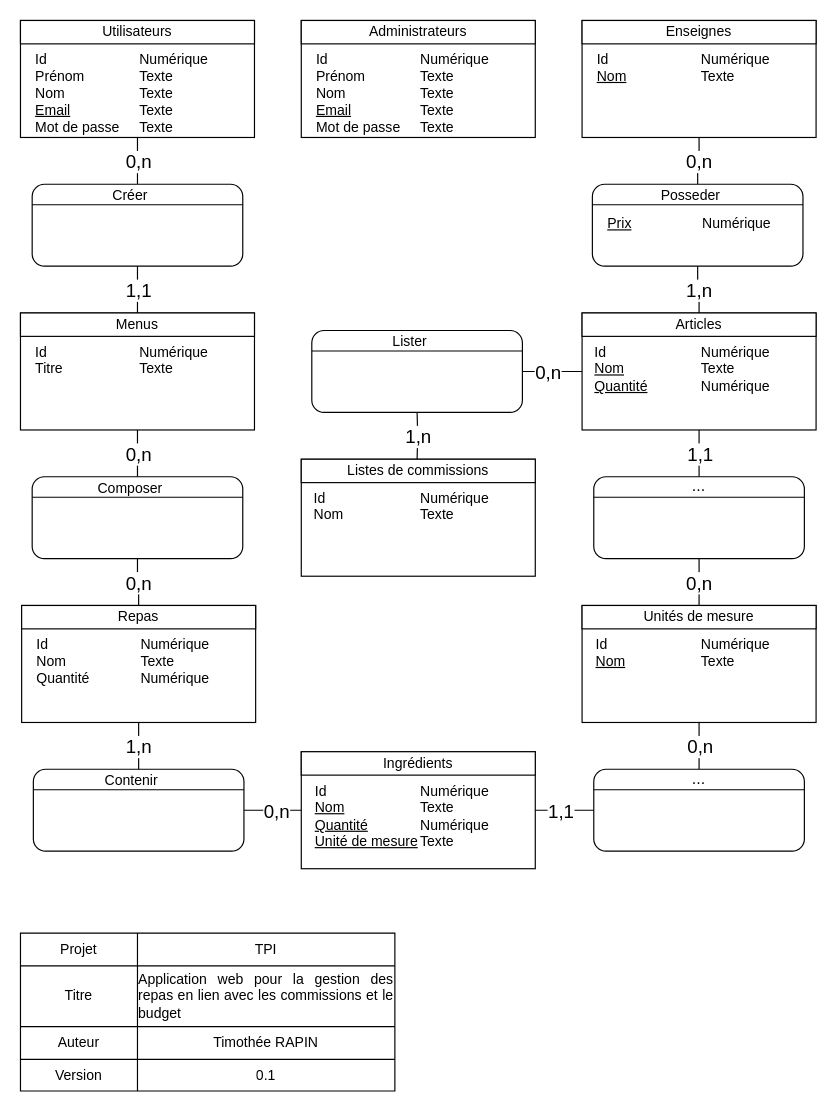
TimotheeRapin/WebAppGestionRepas keeps this draw.io diagram as Documentation/MCD-MLD/MCD.drawio. Above is the earlier version. Source tidied: cells renumbered, new cells numbered last; positions are measured from the earlier drawing's top-left corner, leaving out a move shared by most shapes. Both pictures are drawn from the tidied source at 117%, with x=0, y=0 at pixel (20, 20).
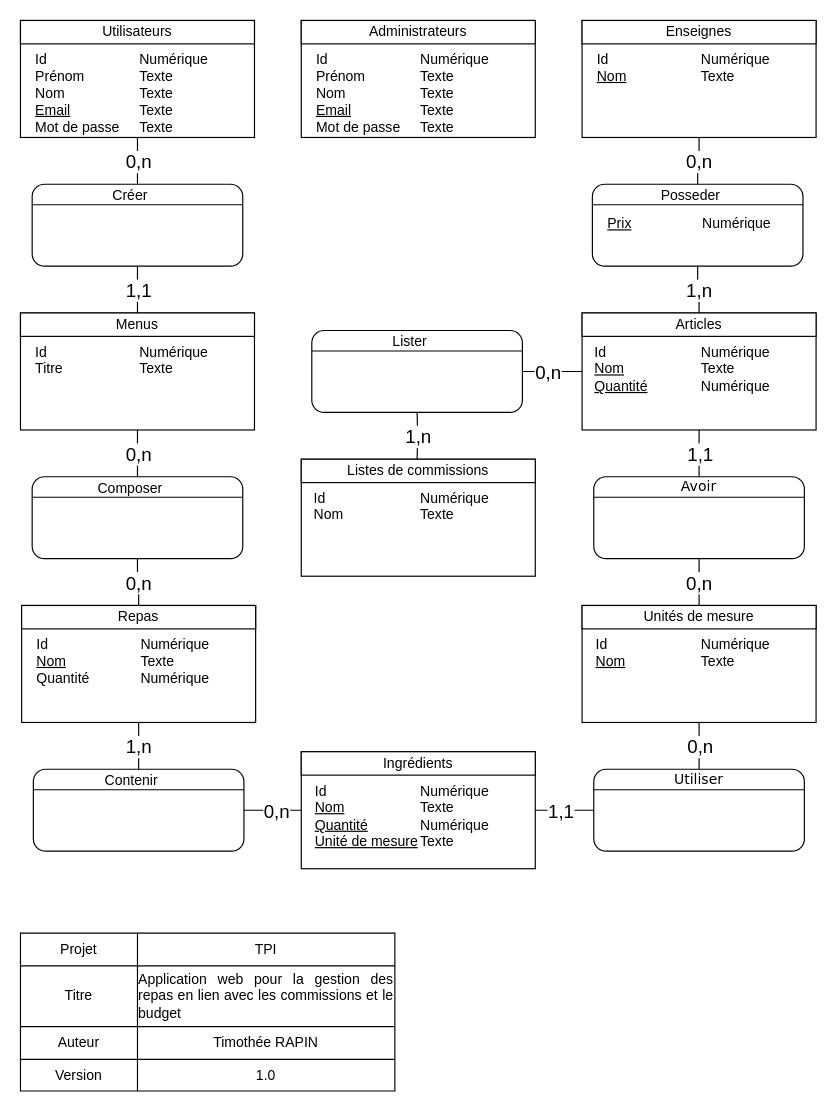
The same page after the edit.

Unchanged cells that the change refers to:
```xml
<mxCell id="12" style="shape=partialRectangle;html=1;whiteSpace=wrap;fillColor=none;top=0;left=0;bottom=0;right=0;" parent="2" vertex="1">
  <mxGeometry y="108" width="320" height="27" as="geometry" />
</mxCell>
```

What changed in the source:
```diff
@@
-    <mxCell id="14" value="0.1" style="shape=partialRectangle;html=1;whiteSpace=wrap;overflow=hidden;fillColor=none;top=0;left=0;bottom=0;right=0;" parent="12" vertex="1">
+    <mxCell id="14" value="1.0" style="shape=partialRectangle;html=1;whiteSpace=wrap;overflow=hidden;fillColor=none;top=0;left=0;bottom=0;right=0;" parent="12" vertex="1">
       <mxGeometry x="100" width="220" height="27" as="geometry" />
     </mxCell>
@@
-    <mxCell id="48" value="Id&lt;br style=&quot;border-color: var(--border-color);&quot;&gt;Nom&lt;br&gt;Quantité" style="text;html=1;strokeColor=none;fillColor=none;align=left;verticalAlign=top;whiteSpace=wrap;rounded=0;" parent="1" vertex="1">
+    <mxCell id="48" value="Id&lt;br style=&quot;border-color: var(--border-color);&quot;&gt;&lt;u&gt;Nom&lt;/u&gt;&lt;br&gt;Quantité" style="text;html=1;strokeColor=none;fillColor=none;align=left;verticalAlign=top;whiteSpace=wrap;rounded=0;" parent="1" vertex="1">
       <mxGeometry x="12" y="520" width="90" height="60" as="geometry" />
     </mxCell>
@@
-    <mxCell id="79" value="&lt;div style=&quot;box-sizing: border-box ; width: 100% ; padding: 2px&quot;&gt;...&lt;/div&gt;" style="verticalAlign=top;align=center;overflow=fill;html=1;rounded=1;shadow=0;comic=0;labelBackgroundColor=none;strokeColor=#000000;strokeWidth=1;fillColor=#ffffff;fontFamily=Verdana;fontSize=12;fontColor=#000000;" parent="1" vertex="1">
+    <mxCell id="79" value="&lt;div style=&quot;box-sizing: border-box ; width: 100% ; padding: 2px&quot;&gt;Avoir&lt;/div&gt;" style="verticalAlign=top;align=center;overflow=fill;html=1;rounded=1;shadow=0;comic=0;labelBackgroundColor=none;strokeColor=#000000;strokeWidth=1;fillColor=#ffffff;fontFamily=Verdana;fontSize=12;fontColor=#000000;" parent="1" vertex="1">
       <mxGeometry x="490" y="390" width="180" height="70" as="geometry" />
     </mxCell>
@@
-    <mxCell id="85" value="&lt;div style=&quot;box-sizing: border-box ; width: 100% ; padding: 2px&quot;&gt;...&lt;/div&gt;" style="verticalAlign=top;align=center;overflow=fill;html=1;rounded=1;shadow=0;comic=0;labelBackgroundColor=none;strokeColor=#000000;strokeWidth=1;fillColor=#ffffff;fontFamily=Verdana;fontSize=12;fontColor=#000000;" parent="1" vertex="1">
+    <mxCell id="85" value="&lt;div style=&quot;box-sizing: border-box ; width: 100% ; padding: 2px&quot;&gt;Utiliser&lt;/div&gt;" style="verticalAlign=top;align=center;overflow=fill;html=1;rounded=1;shadow=0;comic=0;labelBackgroundColor=none;strokeColor=#000000;strokeWidth=1;fillColor=#ffffff;fontFamily=Verdana;fontSize=12;fontColor=#000000;" parent="1" vertex="1">
       <mxGeometry x="490" y="640" width="180" height="70" as="geometry" />
     </mxCell>
```
